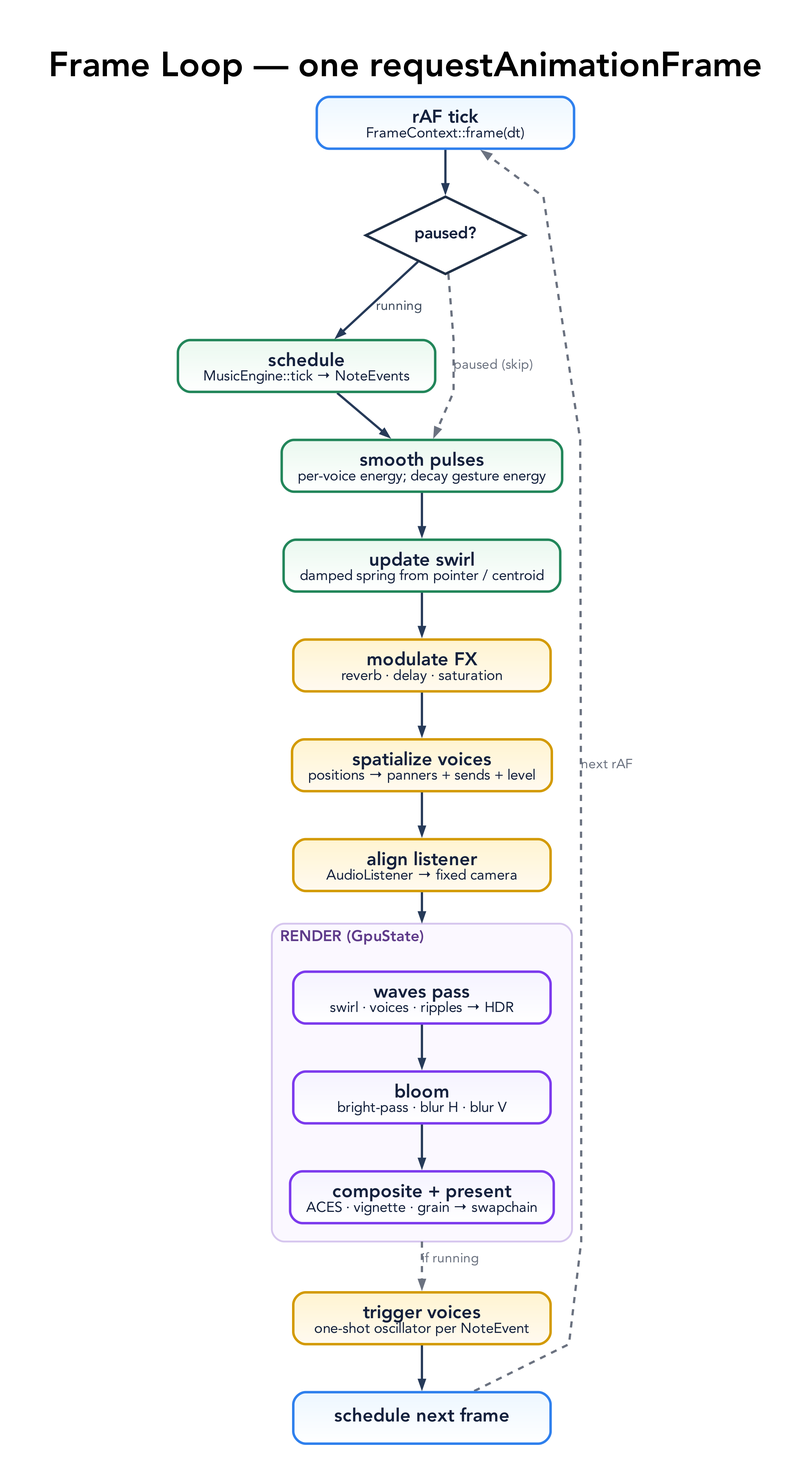
Earlier version of the Graphviz export docs/diagrams/frame-loop.png (tre-systems/geno-2). Its source is kept beside it as docs/diagrams/frame-loop.dot.
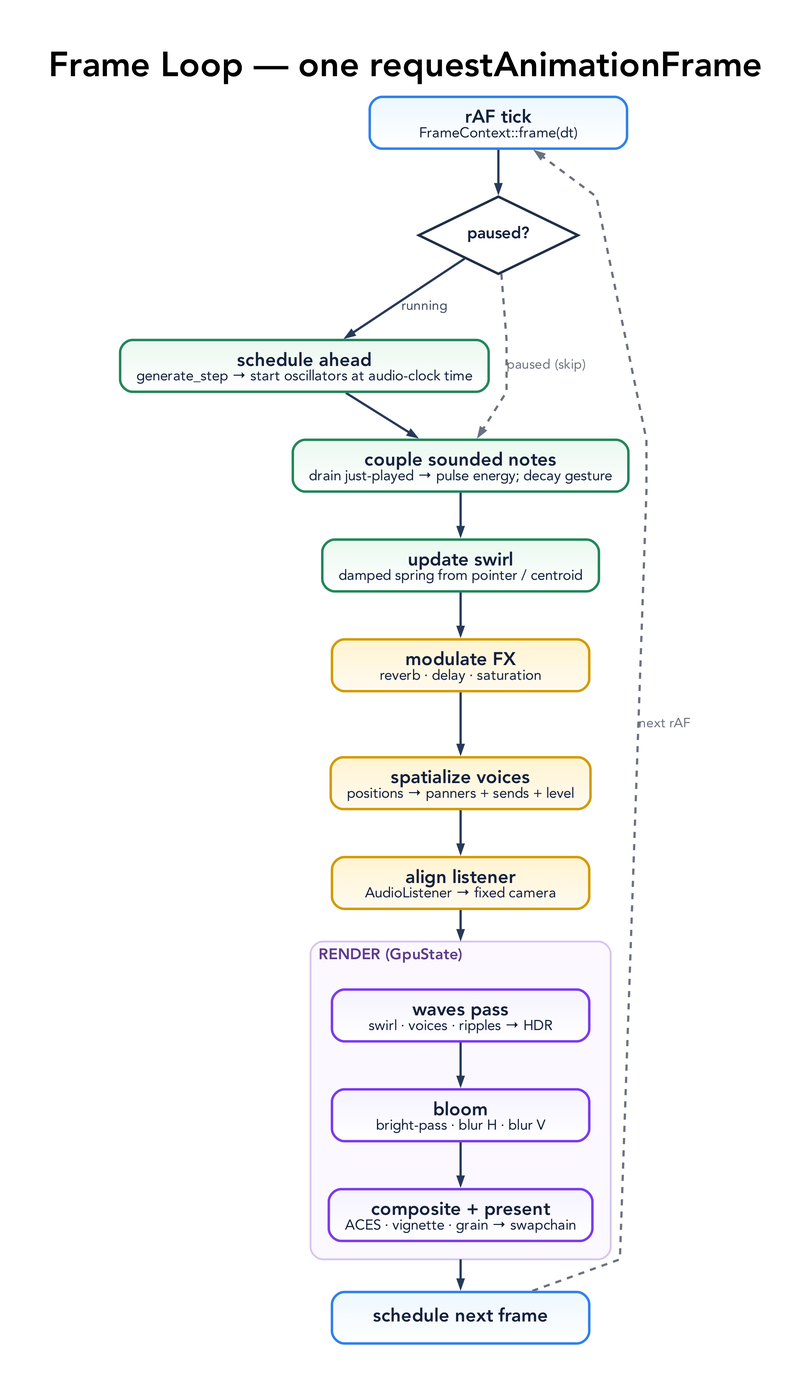
Later version of the same file.

Commit message:
Schedule audio with a lookahead window (two clocks); test the engine in CI

Diff of the diagram source:
```diff
@@ -48,9 +48,9 @@
 
   PAUSED [label=<<B>paused?</B>>, shape=diamond, style=filled, fillcolor="#ffffff", color="#1f2f46", penwidth=2.4, width=1.6, height=1.05, fontsize=16];
 
-  TICK [label=<<B>schedule</B><BR/><FONT POINT-SIZE="14">MusicEngine::tick → NoteEvents</FONT>>];
+  TICK [label=<<B>schedule ahead</B><BR/><FONT POINT-SIZE="14">generate_step → start oscillators at audio-clock time</FONT>>];
 
-  PULSE [label=<<B>smooth pulses</B><BR/><FONT POINT-SIZE="14">per-voice energy; decay gesture energy</FONT>>];
+  PULSE [label=<<B>couple sounded notes</B><BR/><FONT POINT-SIZE="14">drain just-played → pulse energy; decay gesture</FONT>>];
   SWIRL [label=<<B>update swirl</B><BR/><FONT POINT-SIZE="14">damped spring from pointer / centroid</FONT>>];
   FXMOD [label=<<B>modulate FX</B><BR/><FONT POINT-SIZE="14">reverb · delay · saturation</FONT>>, fillcolor="#fff4d1:#fffaf0", color="#d39a00"];
   SPAT [label=<<B>spatialize voices</B><BR/><FONT POINT-SIZE="14">positions → panners + sends + level</FONT>>, fillcolor="#fff4d1:#fffaf0", color="#d39a00"];
@@ -68,8 +68,6 @@
     WAVES -> BLOOM -> COMPOSITE;
   }
 
-  TRIGGER [label=<<B>trigger voices</B><BR/><FONT POINT-SIZE="14">one-shot oscillator per NoteEvent</FONT>>, fillcolor="#fff4d1:#fffaf0", color="#d39a00"];
-
   NEXT [label=<<B>schedule next frame</B>>, shape=box, fillcolor="#edf7ff:#ffffff", color="#2f80ed"];
 
   START -> PAUSED;
@@ -78,7 +76,6 @@
   TICK -> PULSE;
   PULSE -> SWIRL -> FXMOD -> SPAT -> LISTENER;
   LISTENER -> WAVES [lhead=cluster_render];
-  COMPOSITE -> TRIGGER [ltail=cluster_render, label="if running", color="#6b7280", fontcolor="#6b7280", style=dashed];
-  TRIGGER -> NEXT;
+  COMPOSITE -> NEXT [ltail=cluster_render];
   NEXT -> START [label="next rAF", constraint=false, color="#6b7280", fontcolor="#6b7280", style=dashed];
 }
```
